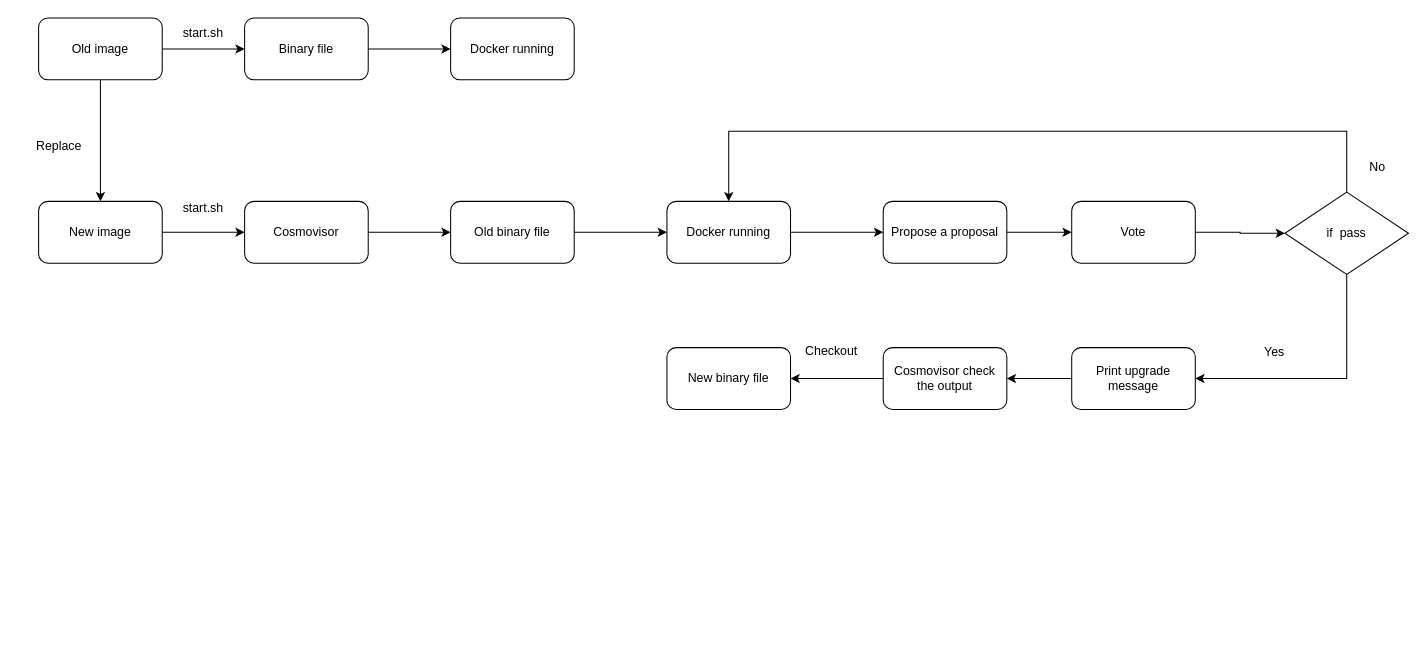
Earlier version of the draw.io diagram cosmovisor.drawio (YangXianqi/NLP_Chinese-entroy). Source tidied: cells renumbered, new cells numbered last; positions are measured from the earlier drawing's top-left corner, leaving out a move shared by most shapes. Both pictures are drawn from the tidied source at 103%, with x=0, y=0 at pixel (28, 18).
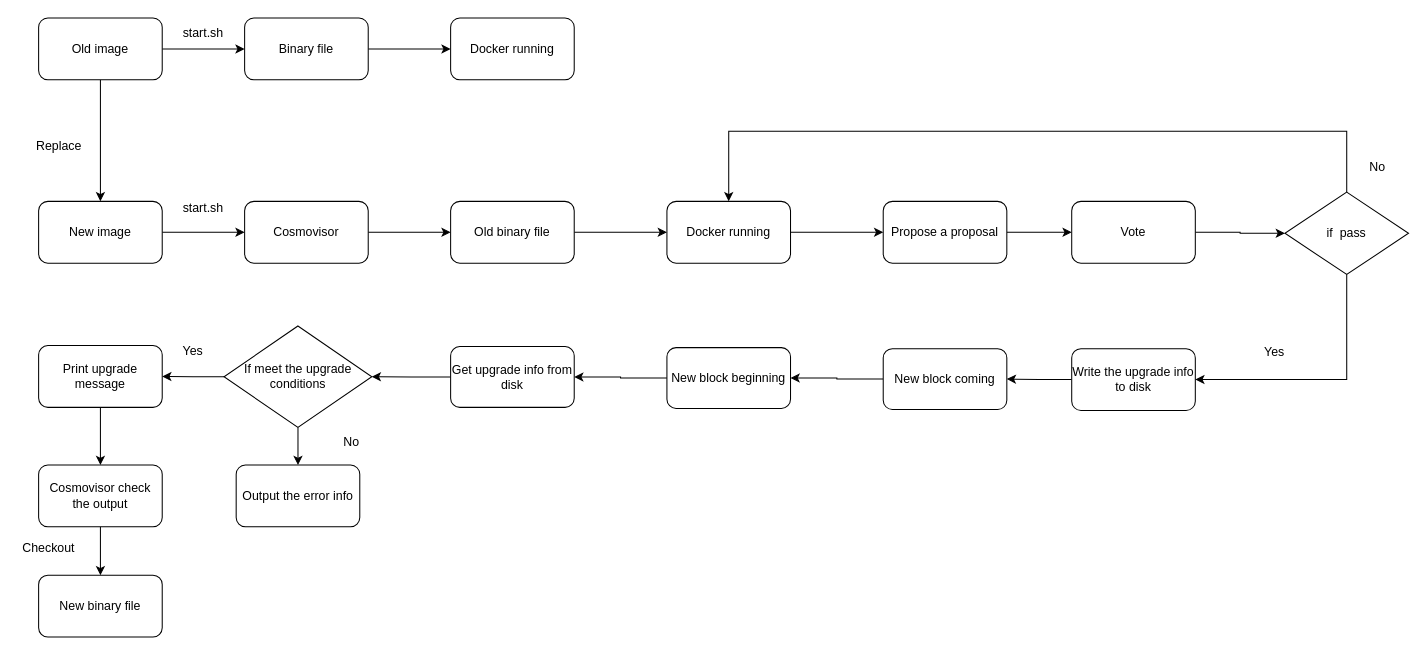
The same page after the edit.

Unchanged cells that the change refers to:
```xml
<mxCell id="22" value="if&amp;nbsp; pass" style="rhombus;whiteSpace=wrap;html=1;" parent="1" vertex="1">
  <mxGeometry x="1220" y="169" width="120" height="80" as="geometry" />
</mxCell>
```

The edit, as a diff of the source:
```diff
@@
     <mxCell id="14" value="New binary file" style="rounded=1;whiteSpace=wrap;html=1;" parent="1" vertex="1">
-      <mxGeometry x="620" y="320" width="120" height="60" as="geometry" />
+      <mxGeometry x="10" y="541" width="120" height="60" as="geometry" />
     </mxCell>
@@
     <mxCell id="28" value="Print upgrade message" style="rounded=1;whiteSpace=wrap;html=1;" parent="1" vertex="1">
-      <mxGeometry x="1013" y="320" width="120" height="60" as="geometry" />
+      <mxGeometry x="10" y="318" width="120" height="60" as="geometry" />
     </mxCell>
-    <mxCell id="29" style="edgeStyle=segmentEdgeStyle;endArrow=classic;html=1;rounded=0;exitX=0.5;exitY=1;exitDx=0;exitDy=0;entryX=1;entryY=0.5;entryDx=0;entryDy=0;" parent="1" edge="1" source="22" target="28">
-      <mxGeometry relative="1" as="geometry">
-        <Array as="points">
-          <mxPoint x="1280" y="350" />
-        </Array>
-      </mxGeometry>
-    </mxCell>
@@
     <mxCell id="32" value="Cosmovisor check the output" style="rounded=1;whiteSpace=wrap;html=1;" parent="1" vertex="1">
-      <mxGeometry x="830" y="320" width="120" height="60" as="geometry" />
+      <mxGeometry x="10" y="434" width="120" height="60" as="geometry" />
     </mxCell>
     <mxCell id="33" value="Checkout" style="text;html=1;strokeColor=none;fillColor=none;align=center;verticalAlign=middle;whiteSpace=wrap;rounded=0;" parent="1" vertex="1">
-      <mxGeometry x="750" y="309" width="60" height="30" as="geometry" />
+      <mxGeometry x="-10" y="500" width="60" height="30" as="geometry" />
     </mxCell>
+    <mxCell id="34" style="edgeStyle=orthogonalEdgeStyle;rounded=0;jettySize=auto;html=1;" parent="1" edge="1" source="35" target="38">
+      <mxGeometry relative="1" as="geometry" />
+    </mxCell>
+    <mxCell id="35" value="Write the upgrade info to disk" style="rounded=1;whiteSpace=wrap;html=1;" parent="1" vertex="1">
+      <mxGeometry x="1013" y="321" width="120" height="60" as="geometry" />
+    </mxCell>
+    <mxCell id="36" style="edgeStyle=segmentEdgeStyle;endArrow=classic;html=1;rounded=0;exitX=0.5;exitY=1;exitDx=0;exitDy=0;entryX=1;entryY=0.5;entryDx=0;entryDy=0;" parent="1" edge="1" source="22" target="35">
+      <mxGeometry relative="1" as="geometry">
+        <Array as="points">
+          <mxPoint x="1280" y="351" />
+        </Array>
+      </mxGeometry>
+    </mxCell>
+    <mxCell id="37" style="edgeStyle=orthogonalEdgeStyle;rounded=0;jettySize=auto;html=1;" parent="1" edge="1" source="38" target="40">
+      <mxGeometry relative="1" as="geometry" />
+    </mxCell>
+    <mxCell id="38" value="New block coming" style="rounded=1;whiteSpace=wrap;html=1;" parent="1" vertex="1">
+      <mxGeometry x="830" y="321" width="120" height="59" as="geometry" />
+    </mxCell>
+    <mxCell id="39" style="edgeStyle=orthogonalEdgeStyle;rounded=0;jettySize=auto;html=1;" parent="1" edge="1" source="40" target="42">
+      <mxGeometry relative="1" as="geometry" />
+    </mxCell>
+    <mxCell id="40" value="New block beginning" style="rounded=1;whiteSpace=wrap;html=1;" parent="1" vertex="1">
+      <mxGeometry x="620" y="320" width="120" height="59" as="geometry" />
+    </mxCell>
+    <mxCell id="41" style="edgeStyle=orthogonalEdgeStyle;rounded=0;jettySize=auto;html=1;" parent="1" edge="1" source="42" target="45">
+      <mxGeometry relative="1" as="geometry" />
+    </mxCell>
+    <mxCell id="42" value="Get upgrade info from disk" style="rounded=1;whiteSpace=wrap;html=1;" parent="1" vertex="1">
+      <mxGeometry x="410" y="319" width="120" height="59" as="geometry" />
+    </mxCell>
+    <mxCell id="43" style="edgeStyle=orthogonalEdgeStyle;rounded=0;jettySize=auto;html=1;" parent="1" edge="1" source="45" target="28">
+      <mxGeometry relative="1" as="geometry" />
+    </mxCell>
+    <mxCell id="44" style="edgeStyle=orthogonalEdgeStyle;rounded=0;jettySize=auto;html=1;" parent="1" edge="1" source="45" target="47">
+      <mxGeometry relative="1" as="geometry" />
+    </mxCell>
+    <mxCell id="45" value="If meet the upgrade conditions" style="rhombus;whiteSpace=wrap;html=1;" parent="1" vertex="1">
+      <mxGeometry x="190" y="299" width="143.5" height="98.5" as="geometry" />
+    </mxCell>
+    <mxCell id="46" value="Yes" style="text;html=1;strokeColor=none;fillColor=none;align=center;verticalAlign=middle;whiteSpace=wrap;rounded=0;" parent="1" vertex="1">
+      <mxGeometry x="130" y="309" width="60" height="30" as="geometry" />
+    </mxCell>
+    <mxCell id="47" value="Output the error info" style="rounded=1;whiteSpace=wrap;html=1;" parent="1" vertex="1">
+      <mxGeometry x="201.8" y="434" width="120" height="60" as="geometry" />
+    </mxCell>
+    <mxCell id="48" value="No" style="text;html=1;strokeColor=none;fillColor=none;align=center;verticalAlign=middle;whiteSpace=wrap;rounded=0;" parent="1" vertex="1">
+      <mxGeometry x="284" y="397" width="60" height="30" as="geometry" />
+    </mxCell>
```
